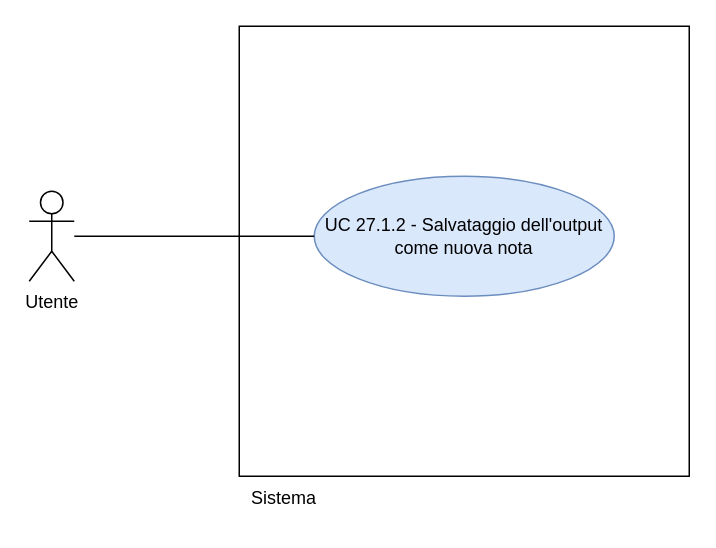
Above: RTB/doc_esterna/analisi-dei-requisiti/assets/draw.io/UC27.1.2.drawio in thebitless-group-swe/thebitless.github.io (draw.io), before the change. Source tidied: cells renumbered, new cells numbered last; positions are measured from the earlier drawing's top-left corner, leaving out a move shared by most shapes. Both pictures are drawn from the tidied source at 150%, with x=0, y=0 at pixel (28, 26).
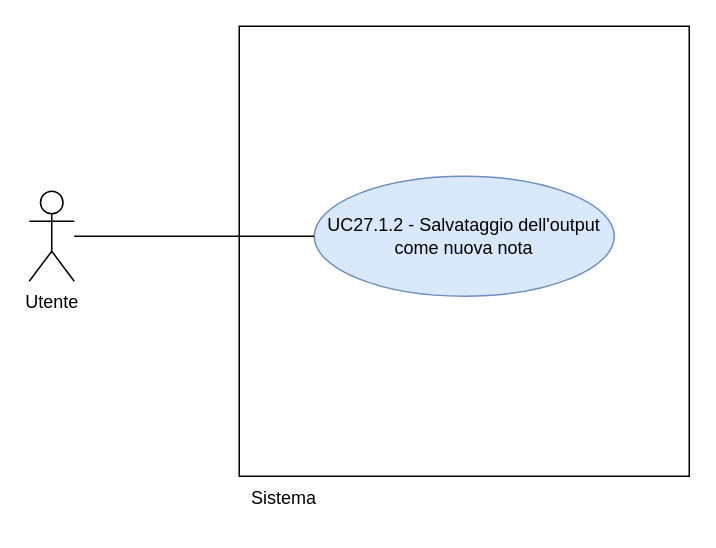
The same diagram, later.

Change to the diagram source:
```diff
@@
 <mxGraphModel>
   <root>
     <mxCell id="0" />
     <mxCell id="1" parent="0" />
     <mxCell id="2" style="whiteSpace=wrap;html=1;" parent="1" vertex="1">
       <mxGeometry x="140" width="300" height="300" as="geometry" />
     </mxCell>
     <mxCell id="3" value="Sistema" style="text;html=1;whiteSpace=wrap;strokeColor=none;fillColor=none;align=center;verticalAlign=middle;rounded=0;" parent="1" vertex="1">
       <mxGeometry x="140" y="300" width="60" height="30" as="geometry" />
     </mxCell>
     <mxCell id="4" value="Utente" style="shape=umlActor;verticalLabelPosition=bottom;verticalAlign=top;html=1;outlineConnect=0;" parent="1" vertex="1">
       <mxGeometry y="110" width="30" height="60" as="geometry" />
     </mxCell>
-    <mxCell id="5" value="UC 27.1.2 - Salvataggio dell'output&lt;br&gt;come nuova nota" style="ellipse;whiteSpace=wrap;html=1;fillColor=#dae8fc;strokeColor=#6c8ebf;" parent="1" vertex="1">
+    <mxCell id="5" value="UC27.1.2 - Salvataggio dell'output&lt;br&gt;come nuova nota" style="ellipse;whiteSpace=wrap;html=1;fillColor=#dae8fc;strokeColor=#6c8ebf;" parent="1" vertex="1">
       <mxGeometry x="190" y="100" width="200" height="80" as="geometry" />
     </mxCell>
     <mxCell id="6" style="edgeStyle=none;rounded=0;jettySize=auto;html=1;endArrow=none;endFill=0;" parent="1" edge="1" source="4" target="5">
       <mxGeometry relative="1" as="geometry" />
     </mxCell>
   </root>
 </mxGraphModel>
```
